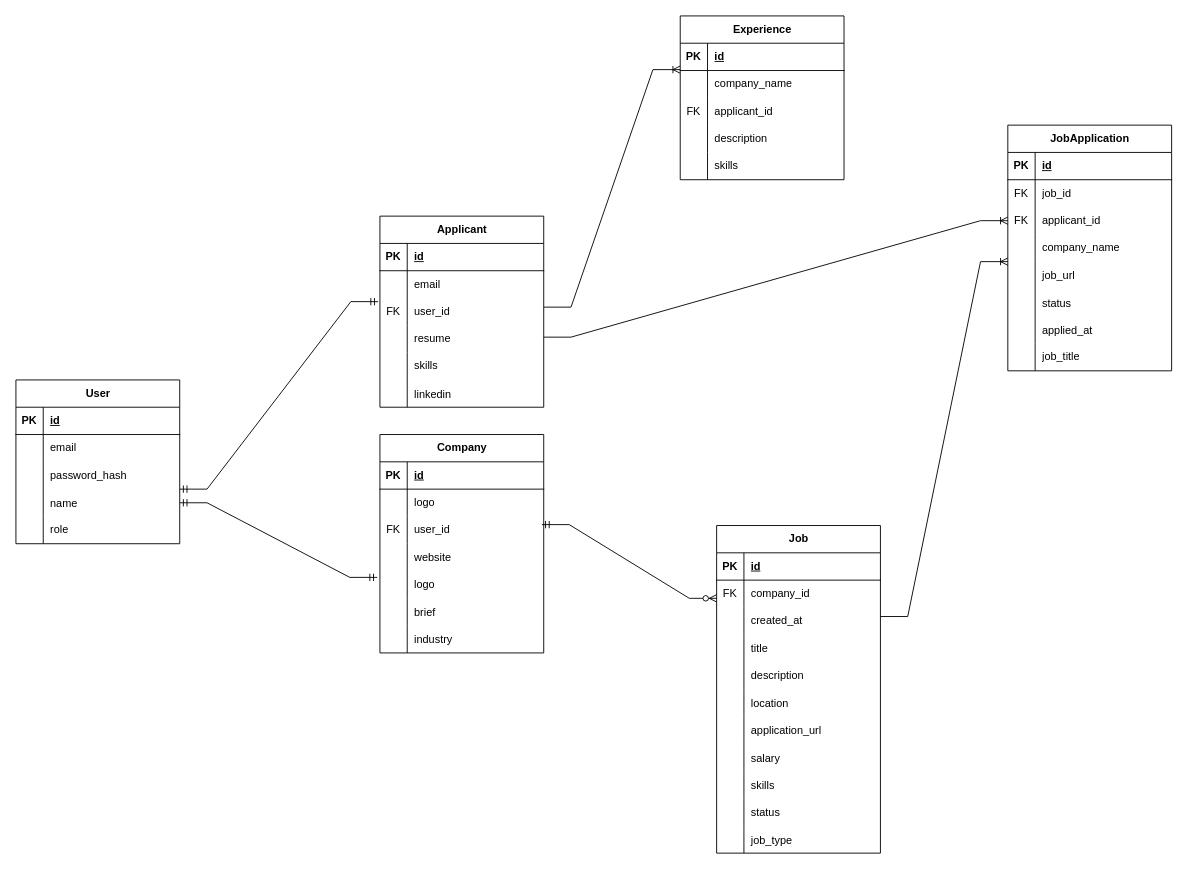
Before: diagrams/ERD.drawio in dvmhmdsd/job-board, a draw.io diagram. Source tidied: cells renumbered, new cells numbered last; positions are measured from the earlier drawing's top-left corner, leaving out a move shared by most shapes. Both pictures are drawn from the tidied source at 91%, with x=0, y=0 at pixel (15, 15).
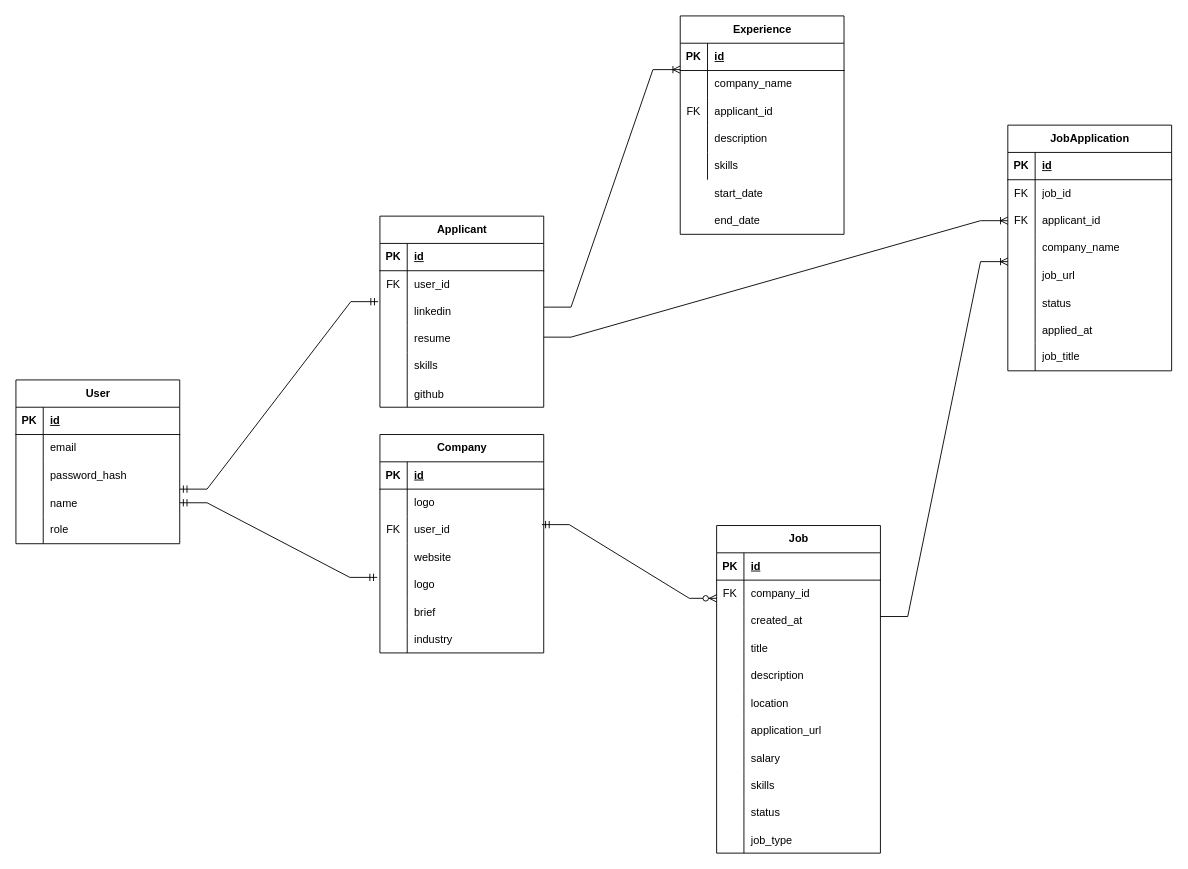
The same diagram, later.

Unchanged cells that the change refers to:
```xml
<mxCell id="22" style="shape=tableRow;horizontal=0;startSize=0;swimlaneHead=0;swimlaneBody=0;fillColor=none;top=0;left=0;right=0;bottom=0;" parent="18" vertex="1">
  <mxGeometry y="60" width="180" height="30" as="geometry" />
</mxCell>
<mxCell id="25" style="shape=tableRow;horizontal=0;startSize=0;swimlaneHead=0;swimlaneBody=0;fillColor=none;points=[[0,0.5],[1,0.5]];portConstraint=eastwest;top=0;left=0;right=0;bottom=0;" parent="18" vertex="1">
  <mxGeometry y="90" width="180" height="30" as="geometry" />
</mxCell>
<mxCell id="34" style="shape=tableRow;horizontal=0;startSize=0;swimlaneHead=0;swimlaneBody=0;fillColor=none;top=0;left=0;right=0;bottom=0;" parent="18" vertex="1">
  <mxGeometry y="180" width="180" height="30" as="geometry" />
</mxCell>
```

The edit, as a diff of the source:
```diff
@@
-    <mxCell id="24" value="email" style="shape=partialRectangle;fillColor=none;top=0;left=0;bottom=0;right=0;align=left;spacingLeft=6;overflow=hidden;whiteSpace=wrap;html=1;" parent="22" vertex="1">
+    <mxCell id="24" value="user_id" style="shape=partialRectangle;fillColor=none;top=0;left=0;bottom=0;right=0;align=left;spacingLeft=6;overflow=hidden;whiteSpace=wrap;html=1;" parent="22" vertex="1">
       <mxGeometry x="30" width="150" height="30" as="geometry" />
     </mxCell>
@@
-    <mxCell id="26" value="FK" style="shape=partialRectangle;fillColor=none;top=0;left=0;bottom=0;right=0;fontStyle=0;overflow=hidden;whiteSpace=wrap;html=1;" parent="25" vertex="1">
+    <mxCell id="26" style="shape=partialRectangle;fillColor=none;top=0;left=0;bottom=0;right=0;fontStyle=0;overflow=hidden;whiteSpace=wrap;html=1;" parent="25" vertex="1">
       <mxGeometry width="30" height="30" as="geometry" />
     </mxCell>
-    <mxCell id="27" value="user_id" style="shape=partialRectangle;fillColor=none;top=0;left=0;bottom=0;right=0;align=left;spacingLeft=6;fontStyle=0;overflow=hidden;whiteSpace=wrap;html=1;" parent="25" vertex="1">
+    <mxCell id="27" value="linkedin" style="shape=partialRectangle;fillColor=none;top=0;left=0;bottom=0;right=0;align=left;spacingLeft=6;fontStyle=0;overflow=hidden;whiteSpace=wrap;html=1;" parent="25" vertex="1">
       <mxGeometry x="30" width="150" height="30" as="geometry" />
     </mxCell>
@@
-    <mxCell id="36" value="linkedin" style="shape=partialRectangle;fillColor=none;top=0;left=0;bottom=0;right=0;align=left;spacingLeft=6;overflow=hidden;" parent="34" vertex="1">
+    <mxCell id="36" value="github" style="shape=partialRectangle;fillColor=none;top=0;left=0;bottom=0;right=0;align=left;spacingLeft=6;overflow=hidden;" parent="34" vertex="1">
       <mxGeometry x="30" width="150" height="30" as="geometry" />
     </mxCell>
@@
     <mxCell id="38" value="Experience" style="shape=table;startSize=30;childLayout=tableLayout;rowLines=0;fontStyle=1;align=center;html=1;" parent="1" vertex="1">
-      <mxGeometry x="730" width="180" height="180" as="geometry" />
+      <mxGeometry x="730" width="180" height="240" as="geometry" />
     </mxCell>
@@
+    <mxCell id="142" value="FK" style="shape=partialRectangle;fillColor=none;top=0;left=0;bottom=0;right=0;fontStyle=0;overflow=hidden;whiteSpace=wrap;html=1;" parent="1" vertex="1">
+      <mxGeometry x="400" y="280" width="30" height="30" as="geometry" />
+    </mxCell>
+    <mxCell id="143" value="start_date" style="shape=partialRectangle;fillColor=none;top=0;left=0;bottom=0;right=0;align=left;spacingLeft=6;overflow=hidden;whiteSpace=wrap;html=1;" parent="1" vertex="1">
+      <mxGeometry x="760" y="180" width="150" height="30" as="geometry" />
+    </mxCell>
+    <mxCell id="144" style="shape=partialRectangle;fillColor=none;top=0;left=0;bottom=0;right=0;overflow=hidden;whiteSpace=wrap;html=1;" parent="1" vertex="1">
+      <mxGeometry x="730" y="180" width="30" height="30" as="geometry" />
+    </mxCell>
+    <mxCell id="145" value="end_date" style="shape=partialRectangle;fillColor=none;top=0;left=0;bottom=0;right=0;align=left;spacingLeft=6;overflow=hidden;whiteSpace=wrap;html=1;" parent="1" vertex="1">
+      <mxGeometry x="760" y="210" width="150" height="30" as="geometry" />
+    </mxCell>
```
